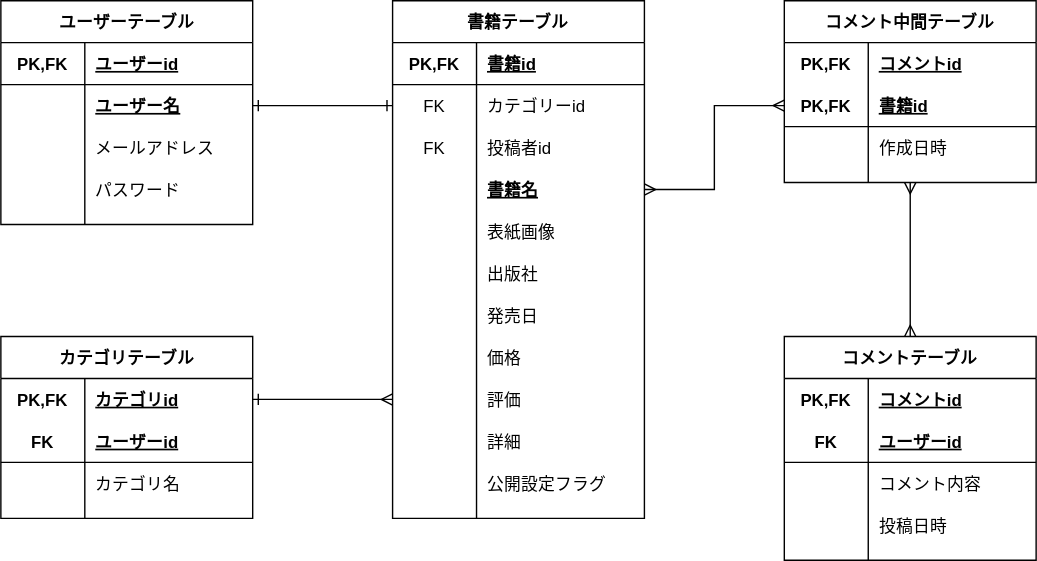
Before: ERdiagram.drawio.svg, a diagram exported from draw.io (takumi98/EngineerBookshelf). Source tidied: cells renumbered, new cells last; positions are measured from the earlier drawing's top-left corner, leaving out a move shared by most shapes.
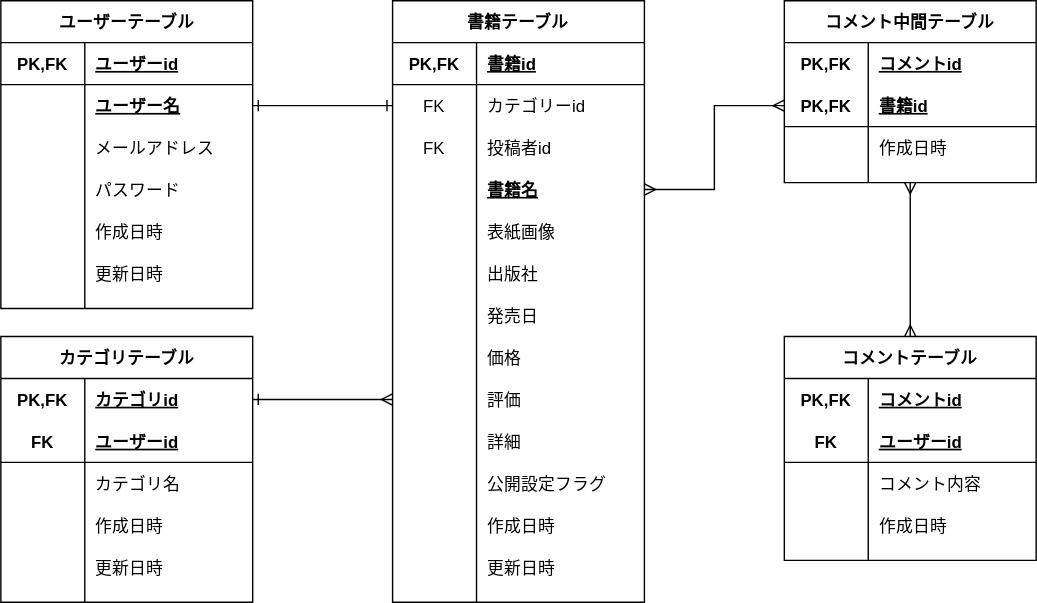
Later version of the same file.

Commit message:
[update]作成日時、更新日時の追加

Diff of the diagram source:
```diff
@@ -6,7 +6,7 @@
       <mxGeometry relative="1" as="geometry" />
     </mxCell>
     <mxCell id="3" value="ユーザーテーブル" style="shape=table;startSize=30;rowLines=0;fontStyle=1;align=center;" parent="1" vertex="1">
-      <mxGeometry width="180" height="160" as="geometry" />
+      <mxGeometry width="180" height="220" as="geometry" />
     </mxCell>
     <mxCell id="4" style="shape=partialRectangle;fillColor=none;top=0;left=0;bottom=1;right=0;" parent="3" vertex="1">
       <mxGeometry y="30" width="180" height="30" as="geometry" />
@@ -44,8 +44,26 @@
     <mxCell id="15" value="パスワード" style="shape=partialRectangle;fillColor=none;top=0;left=0;bottom=0;right=0;align=left;spacingLeft=6;overflow=hidden;" parent="13" vertex="1">
       <mxGeometry x="60" width="120" height="30" as="geometry" />
     </mxCell>
+    <mxCell id="86" style="shape=partialRectangle;fillColor=none;top=0;left=0;bottom=0;right=0;" parent="3" vertex="1">
+      <mxGeometry y="150" width="180" height="30" as="geometry" />
+    </mxCell>
+    <mxCell id="87" style="shape=partialRectangle;fillColor=none;top=0;left=0;bottom=0;right=0;overflow=hidden;" parent="86" vertex="1">
+      <mxGeometry width="60" height="30" as="geometry" />
+    </mxCell>
+    <mxCell id="88" value="作成日時" style="shape=partialRectangle;fillColor=none;top=0;left=0;bottom=0;right=0;align=left;spacingLeft=6;overflow=hidden;" parent="86" vertex="1">
+      <mxGeometry x="60" width="120" height="30" as="geometry" />
+    </mxCell>
+    <mxCell id="89" style="shape=partialRectangle;fillColor=none;top=0;left=0;bottom=0;right=0;" parent="3" vertex="1">
+      <mxGeometry y="180" width="180" height="30" as="geometry" />
+    </mxCell>
+    <mxCell id="90" style="shape=partialRectangle;fillColor=none;top=0;left=0;bottom=0;right=0;overflow=hidden;" parent="89" vertex="1">
+      <mxGeometry width="60" height="30" as="geometry" />
+    </mxCell>
+    <mxCell id="91" value="更新日時" style="shape=partialRectangle;fillColor=none;top=0;left=0;bottom=0;right=0;align=left;spacingLeft=6;overflow=hidden;" parent="89" vertex="1">
+      <mxGeometry x="60" width="120" height="30" as="geometry" />
+    </mxCell>
     <mxCell id="16" value="書籍テーブル" style="shape=table;startSize=30;rowLines=0;fontStyle=1;align=center;" parent="1" vertex="1">
-      <mxGeometry x="280" width="180" height="370" as="geometry" />
+      <mxGeometry x="280" width="180" height="430" as="geometry" />
     </mxCell>
     <mxCell id="17" style="shape=partialRectangle;fillColor=none;top=0;left=0;bottom=1;right=0;" parent="16" vertex="1">
       <mxGeometry y="30" width="180" height="30" as="geometry" />
@@ -146,6 +164,24 @@
     <mxCell id="49" value="公開設定フラグ" style="shape=partialRectangle;fillColor=none;top=0;left=0;bottom=0;right=0;align=left;spacingLeft=6;overflow=hidden;" parent="47" vertex="1">
       <mxGeometry x="60" width="120" height="30" as="geometry" />
     </mxCell>
+    <mxCell id="92" style="shape=partialRectangle;fillColor=none;top=0;left=0;bottom=0;right=0;" parent="16" vertex="1">
+      <mxGeometry y="360" width="180" height="30" as="geometry" />
+    </mxCell>
+    <mxCell id="93" style="shape=partialRectangle;fillColor=none;top=0;left=0;bottom=0;right=0;overflow=hidden;" parent="92" vertex="1">
+      <mxGeometry width="60" height="30" as="geometry" />
+    </mxCell>
+    <mxCell id="94" value="作成日時" style="shape=partialRectangle;fillColor=none;top=0;left=0;bottom=0;right=0;align=left;spacingLeft=6;overflow=hidden;" parent="92" vertex="1">
+      <mxGeometry x="60" width="120" height="30" as="geometry" />
+    </mxCell>
+    <mxCell id="95" style="shape=partialRectangle;fillColor=none;top=0;left=0;bottom=0;right=0;" parent="16" vertex="1">
+      <mxGeometry y="390" width="180" height="30" as="geometry" />
+    </mxCell>
+    <mxCell id="96" style="shape=partialRectangle;fillColor=none;top=0;left=0;bottom=0;right=0;overflow=hidden;" parent="95" vertex="1">
+      <mxGeometry width="60" height="30" as="geometry" />
+    </mxCell>
+    <mxCell id="97" value="更新日時" style="shape=partialRectangle;fillColor=none;top=0;left=0;bottom=0;right=0;align=left;spacingLeft=6;overflow=hidden;" parent="95" vertex="1">
+      <mxGeometry x="60" width="120" height="30" as="geometry" />
+    </mxCell>
     <mxCell id="50" style="edgeStyle=orthogonalEdgeStyle;rounded=0;jettySize=auto;html=1;exitX=0.5;exitY=0;exitDx=0;exitDy=0;entryX=0.5;entryY=1;entryDx=0;entryDy=0;startArrow=ERmany;startFill=0;endArrow=ERmany;endFill=0;" parent="1" edge="1" source="51" target="64">
       <mxGeometry relative="1" as="geometry" />
     </mxCell>
@@ -185,7 +221,7 @@
     <mxCell id="62" style="shape=partialRectangle;fillColor=none;top=0;left=0;bottom=0;right=0;overflow=hidden;" parent="61" vertex="1">
       <mxGeometry width="60" height="30" as="geometry" />
     </mxCell>
-    <mxCell id="63" value="投稿日時" style="shape=partialRectangle;fillColor=none;top=0;left=0;bottom=0;right=0;align=left;spacingLeft=6;overflow=hidden;" parent="61" vertex="1">
+    <mxCell id="63" value="作成日時" style="shape=partialRectangle;fillColor=none;top=0;left=0;bottom=0;right=0;align=left;spacingLeft=6;overflow=hidden;" parent="61" vertex="1">
       <mxGeometry x="60" width="120" height="30" as="geometry" />
     </mxCell>
     <mxCell id="64" value="コメント中間テーブル" style="shape=table;startSize=30;rowLines=0;fontStyle=1;align=center;" parent="1" vertex="1">
@@ -219,7 +255,7 @@
       <mxGeometry x="60" width="120" height="30" as="geometry" />
     </mxCell>
     <mxCell id="74" value="カテゴリテーブル" style="shape=table;startSize=30;rowLines=0;fontStyle=1;align=center;" parent="1" vertex="1">
-      <mxGeometry y="240" width="180" height="130" as="geometry" />
+      <mxGeometry y="240" width="180" height="190" as="geometry" />
     </mxCell>
     <mxCell id="75" style="shape=partialRectangle;fillColor=none;top=0;left=0;bottom=0;right=0;points=[[0,0.5],[1,0.5]];portConstraint=eastwest;" parent="74" vertex="1">
       <mxGeometry y="30" width="180" height="30" as="geometry" />
@@ -248,6 +284,24 @@
     <mxCell id="83" value="カテゴリ名" style="shape=partialRectangle;fillColor=none;top=0;left=0;bottom=0;right=0;align=left;spacingLeft=6;overflow=hidden;" parent="81" vertex="1">
       <mxGeometry x="60" width="120" height="30" as="geometry" />
     </mxCell>
+    <mxCell id="98" style="shape=partialRectangle;fillColor=none;top=0;left=0;bottom=0;right=0;" parent="74" vertex="1">
+      <mxGeometry y="120" width="180" height="30" as="geometry" />
+    </mxCell>
+    <mxCell id="99" style="shape=partialRectangle;fillColor=none;top=0;left=0;bottom=0;right=0;overflow=hidden;" parent="98" vertex="1">
+      <mxGeometry width="60" height="30" as="geometry" />
+    </mxCell>
+    <mxCell id="100" value="作成日時" style="shape=partialRectangle;fillColor=none;top=0;left=0;bottom=0;right=0;align=left;spacingLeft=6;overflow=hidden;" parent="98" vertex="1">
+      <mxGeometry x="60" width="120" height="30" as="geometry" />
+    </mxCell>
+    <mxCell id="101" style="shape=partialRectangle;fillColor=none;top=0;left=0;bottom=0;right=0;" parent="74" vertex="1">
+      <mxGeometry y="150" width="180" height="30" as="geometry" />
+    </mxCell>
+    <mxCell id="102" style="shape=partialRectangle;fillColor=none;top=0;left=0;bottom=0;right=0;overflow=hidden;" parent="101" vertex="1">
+      <mxGeometry width="60" height="30" as="geometry" />
+    </mxCell>
+    <mxCell id="103" value="更新日時" style="shape=partialRectangle;fillColor=none;top=0;left=0;bottom=0;right=0;align=left;spacingLeft=6;overflow=hidden;" parent="101" vertex="1">
+      <mxGeometry x="60" width="120" height="30" as="geometry" />
+    </mxCell>
     <mxCell id="84" style="edgeStyle=orthogonalEdgeStyle;rounded=0;jettySize=auto;html=1;exitX=0;exitY=0.5;exitDx=0;exitDy=0;entryX=1;entryY=0.5;entryDx=0;entryDy=0;startArrow=ERmany;startFill=0;endArrow=ERmany;endFill=0;" parent="1" edge="1" source="68" target="26">
       <mxGeometry relative="1" as="geometry" />
     </mxCell>
```
